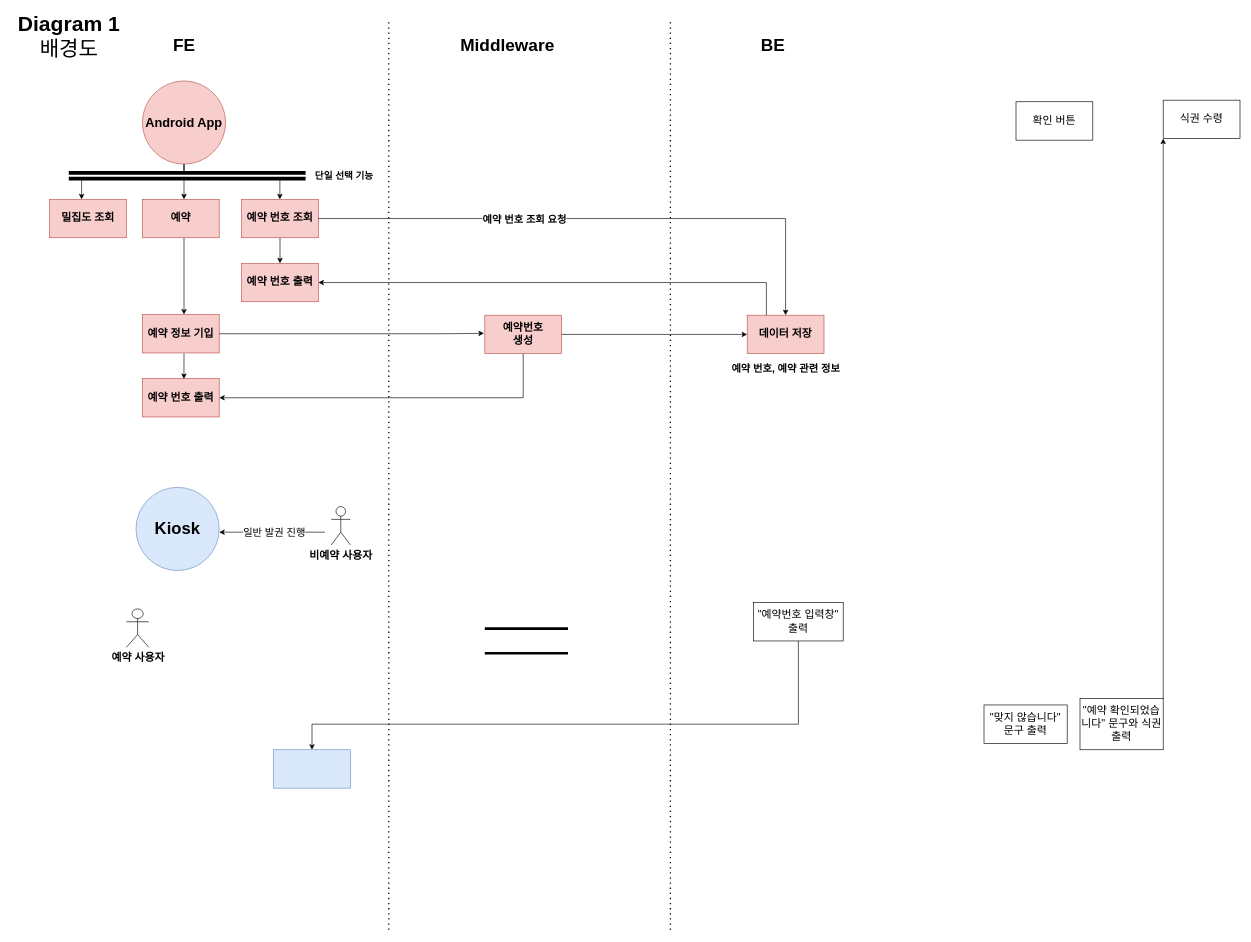
This is Background_Diagram_01_SWProject.drawio from StrongCatWill/SWProject, a draw.io file, before an edit. Source tidied: cells renumbered, new cells numbered last; positions are measured from the earlier drawing's top-left corner, leaving out a move shared by most shapes. Both pictures are drawn from the tidied source at 64%, with x=0, y=0 at pixel (11, 20).
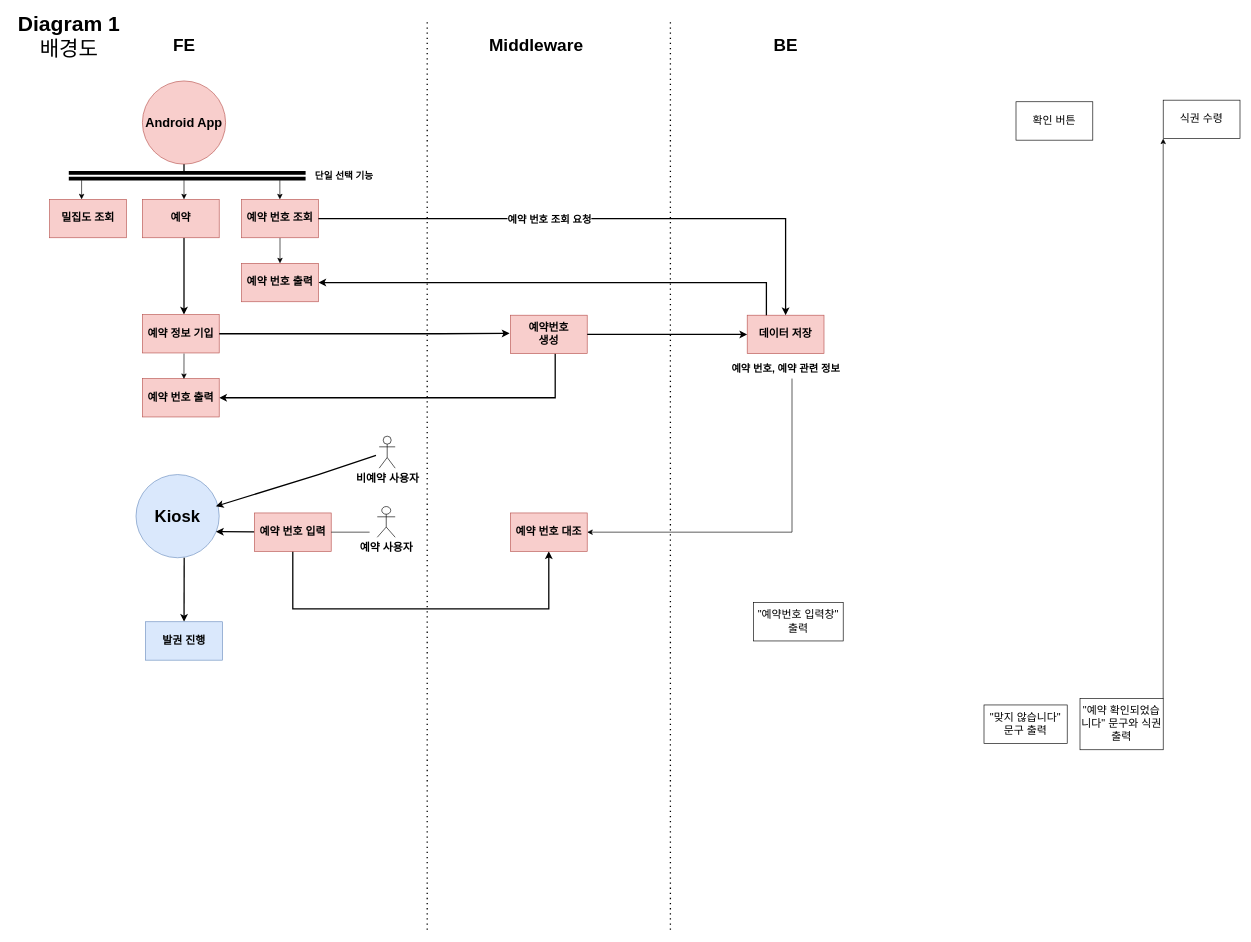
The same page after the edit.

The change refers to these unchanged cells:
```xml
<mxCell id="6" value="&lt;b&gt;예약&lt;/b&gt;" style="rounded=0;whiteSpace=wrap;html=1;fontSize=17;fillColor=#f8cecc;strokeColor=#b85450;" parent="1" vertex="1">
  <mxGeometry x="205" y="280" width="120" height="60" as="geometry" />
</mxCell>
<mxCell id="7" value="&lt;b&gt;데이터 저장&lt;/b&gt;" style="rounded=0;whiteSpace=wrap;html=1;fontSize=17;fillColor=#f8cecc;strokeColor=#b85450;" parent="1" vertex="1">
  <mxGeometry x="1150" y="461" width="120" height="60" as="geometry" />
</mxCell>
<mxCell id="11" value="&quot;예약번호 입력창&quot; 출력" style="rounded=0;whiteSpace=wrap;html=1;fontSize=17;" parent="1" vertex="1">
  <mxGeometry x="1160" y="910" width="140" height="60" as="geometry" />
</mxCell>
<mxCell id="24" value="&lt;b&gt;예약 정보 기입&lt;/b&gt;" style="rounded=0;whiteSpace=wrap;html=1;fontSize=17;fillColor=#f8cecc;strokeColor=#b85450;" parent="1" vertex="1">
  <mxGeometry x="205" y="460" width="120" height="60" as="geometry" />
</mxCell>
<mxCell id="39" value="&lt;b&gt;예약 번호 출력&lt;/b&gt;" style="whiteSpace=wrap;html=1;fontSize=17;fillColor=#f8cecc;strokeColor=#b85450;rounded=0;" parent="1" vertex="1">
  <mxGeometry x="205" y="560" width="120" height="60" as="geometry" />
</mxCell>
```

What changed in the source:
```diff
@@
     <mxCell id="3" value="&lt;b&gt;&lt;font style=&quot;font-size: 27px&quot;&gt;Middleware&lt;/font&gt;&lt;/b&gt;" style="text;html=1;align=center;verticalAlign=middle;strokeColor=none;fillColor=none;fontSize=13;" parent="1" vertex="1">
-      <mxGeometry x="695" y="25" width="160" height="30" as="geometry" />
+      <mxGeometry x="740" y="25" width="160" height="30" as="geometry" />
     </mxCell>
@@
-    <mxCell id="5" style="edgeStyle=orthogonalEdgeStyle;rounded=0;jettySize=auto;html=1;fontSize=18;strokeWidth=1;" parent="1" edge="1" source="6" target="24">
+    <mxCell id="5" style="edgeStyle=orthogonalEdgeStyle;rounded=0;jettySize=auto;html=1;fontSize=18;strokeWidth=2;" parent="1" edge="1" source="6" target="24">
       <mxGeometry relative="1" as="geometry">
         <Array as="points">
           <mxPoint x="270" y="370" />
           <mxPoint x="270" y="370" />
         </Array>
       </mxGeometry>
     </mxCell>
@@
-    <mxCell id="8" style="edgeStyle=orthogonalEdgeStyle;rounded=0;jettySize=auto;html=1;fontSize=16;strokeWidth=1;" parent="1" edge="1" source="9" target="39">
+    <mxCell id="8" style="edgeStyle=orthogonalEdgeStyle;rounded=0;jettySize=auto;html=1;fontSize=16;strokeWidth=2;" parent="1" edge="1" source="9" target="39">
       <mxGeometry relative="1" as="geometry">
         <Array as="points">
-          <mxPoint x="800" y="590" />
+          <mxPoint x="850" y="590" />
         </Array>
       </mxGeometry>
     </mxCell>
     <mxCell id="9" value="&lt;b&gt;예약번호&lt;br&gt;생성&lt;/b&gt;" style="rounded=0;whiteSpace=wrap;html=1;fontSize=17;fillColor=#f8cecc;strokeColor=#b85450;" parent="1" vertex="1">
-      <mxGeometry x="740" y="461" width="120" height="60" as="geometry" />
+      <mxGeometry x="780" y="461" width="120" height="60" as="geometry" />
     </mxCell>
     <mxCell id="10" value="&lt;b&gt;&lt;font style=&quot;font-size: 27px&quot;&gt;BE&lt;/font&gt;&lt;/b&gt;" style="text;html=1;align=center;verticalAlign=middle;strokeColor=none;fillColor=none;fontSize=13;" parent="1" vertex="1">
-      <mxGeometry x="1165" y="25" width="50" height="30" as="geometry" />
+      <mxGeometry x="1185" y="25" width="50" height="30" as="geometry" />
     </mxCell>
@@
-    <mxCell id="12" style="edgeStyle=orthogonalEdgeStyle;rounded=0;jettySize=auto;html=1;fontSize=20;strokeWidth=1;exitX=0.5;exitY=1;exitDx=0;exitDy=0;" parent="1" edge="1" source="11" target="43">
-      <mxGeometry relative="1" as="geometry">
-        <Array as="points">
-          <mxPoint x="1230" y="1100" />
-        </Array>
-      </mxGeometry>
-    </mxCell>
@@
-    <mxCell id="25" style="endArrow=classic;html=1;rounded=0;fontSize=18;strokeWidth=1;exitX=1;exitY=0.5;exitDx=0;exitDy=0;entryX=-0.011;entryY=0.473;entryDx=0;entryDy=0;entryPerimeter=0;" parent="1" edge="1" source="24" target="9">
+    <mxCell id="25" style="endArrow=classic;html=1;rounded=0;fontSize=18;strokeWidth=2;exitX=1;exitY=0.5;exitDx=0;exitDy=0;entryX=-0.011;entryY=0.473;entryDx=0;entryDy=0;entryPerimeter=0;" parent="1" edge="1" source="24" target="9">
       <mxGeometry relative="1" as="geometry">
         <Array as="points">
           <mxPoint x="670" y="490" />
         </Array>
       </mxGeometry>
     </mxCell>
-    <mxCell id="26" style="endArrow=classic;html=1;rounded=0;fontSize=18;strokeWidth=1;entryX=0;entryY=0.5;entryDx=0;entryDy=0;exitX=1;exitY=0.5;exitDx=0;exitDy=0;" parent="1" edge="1" source="9" target="7">
+    <mxCell id="26" style="endArrow=classic;html=1;rounded=0;fontSize=18;strokeWidth=2;entryX=0;entryY=0.5;entryDx=0;entryDy=0;exitX=1;exitY=0.5;exitDx=0;exitDy=0;" parent="1" edge="1" source="9" target="7">
       <mxGeometry relative="1" as="geometry" />
     </mxCell>
@@
-    <mxCell id="32" style="endArrow=classic;html=1;rounded=0;fontSize=13;strokeWidth=1;entryX=0.5;entryY=0;entryDx=0;entryDy=0;" parent="1" edge="1" target="7">
+    <mxCell id="32" style="endArrow=classic;html=1;rounded=0;fontSize=13;strokeWidth=2;entryX=0.5;entryY=0;entryDx=0;entryDy=0;" parent="1" edge="1" target="7">
       <mxGeometry relative="1" as="geometry">
         <mxPoint x="480" y="310" as="sourcePoint" />
         <Array as="points">
           <mxPoint x="1210" y="310" />
         </Array>
       </mxGeometry>
     </mxCell>
     <mxCell id="33" value="예약 번호 조회 요청" style="edgeLabel;html=1;align=center;verticalAlign=middle;fontSize=16;fontStyle=1;" parent="32" vertex="1">
       <mxGeometry x="-0.3" y="1" relative="1" as="geometry">
-        <mxPoint x="13" y="1" as="offset" />
+        <mxPoint x="52" y="1" as="offset" />
       </mxGeometry>
     </mxCell>
-    <mxCell id="34" style="endArrow=classic;html=1;rounded=0;fontSize=13;strokeWidth=1;exitX=0.25;exitY=0;exitDx=0;exitDy=0;" parent="1" edge="1" source="7">
+    <mxCell id="34" style="endArrow=classic;html=1;rounded=0;fontSize=13;strokeWidth=2;exitX=0.25;exitY=0;exitDx=0;exitDy=0;" parent="1" edge="1" source="7">
       <mxGeometry relative="1" as="geometry">
         <mxPoint x="480" y="410" as="targetPoint" />
         <Array as="points">
           <mxPoint x="1180" y="410" />
           <mxPoint x="1170" y="410" />
         </Array>
       </mxGeometry>
     </mxCell>
@@
     <mxCell id="36" value="&lt;font style=&quot;font-size: 17px&quot;&gt;&lt;b&gt;예약 사용자&lt;/b&gt;&lt;/font&gt;" style="shape=umlActor;verticalLabelPosition=bottom;verticalAlign=top;html=1;fontSize=13;" parent="1" vertex="1">
-      <mxGeometry x="180" y="920" width="35" height="60" as="geometry" />
+      <mxGeometry x="572" y="760" width="28" height="48" as="geometry" />
     </mxCell>
     <mxCell id="37" value="&lt;font style=&quot;font-size: 26px&quot;&gt;&lt;b&gt;Kiosk&lt;/b&gt;&lt;/font&gt;" style="ellipse;whiteSpace=wrap;html=1;fillColor=#dae8fc;strokeColor=#6c8ebf;" parent="1" vertex="1">
-      <mxGeometry x="195" y="730" width="130" height="130" as="geometry" />
+      <mxGeometry x="195" y="710" width="130" height="130" as="geometry" />
     </mxCell>
     <mxCell id="38" value="&lt;font style=&quot;font-size: 17px&quot;&gt;&lt;b&gt;비예약 사용자&lt;/b&gt;&lt;/font&gt;" style="shape=umlActor;verticalLabelPosition=bottom;verticalAlign=top;html=1;fontSize=13;" parent="1" vertex="1">
-      <mxGeometry x="500" y="760" width="30" height="60" as="geometry" />
+      <mxGeometry x="575" y="650" width="25" height="50" as="geometry" />
     </mxCell>
@@
     <mxCell id="41" style="endArrow=none;dashed=1;html=1;dashPattern=1 3;strokeWidth=2;rounded=0;fontSize=16;" parent="1" edge="1">
       <mxGeometry relative="1" as="geometry">
-        <mxPoint x="590" y="1421.4" as="sourcePoint" />
-        <mxPoint x="590" as="targetPoint" />
+        <mxPoint x="650" y="1421.4" as="sourcePoint" />
+        <mxPoint x="650" as="targetPoint" />
       </mxGeometry>
     </mxCell>
@@
-    <mxCell id="43" style="rounded=0;whiteSpace=wrap;html=1;fontSize=17;fillColor=#dae8fc;strokeColor=#6c8ebf;" parent="1" vertex="1">
-      <mxGeometry x="410" y="1140" width="120" height="60" as="geometry" />
-    </mxCell>
-    <mxCell id="44" style="shape=link;html=1;rounded=0;fontSize=18;strokeWidth=4;width=35.55555555555556;" parent="1" edge="1">
-      <mxGeometry relative="1" as="geometry">
-        <mxPoint x="740" y="970" as="sourcePoint" />
-        <mxPoint x="870" y="970" as="targetPoint" />
-      </mxGeometry>
-    </mxCell>
-    <mxCell id="45" style="endArrow=classic;html=1;rounded=0;fontSize=16;strokeWidth=1;" parent="1" edge="1">
+    <mxCell id="45" style="endArrow=classic;html=1;rounded=0;fontSize=16;strokeWidth=2;entryX=0.959;entryY=0.312;entryDx=0;entryDy=0;entryPerimeter=0;" parent="1" edge="1">
       <mxGeometry relative="1" as="geometry">
-        <mxPoint x="490" y="800" as="sourcePoint" />
-        <mxPoint x="325" y="800" as="targetPoint" />
+        <mxPoint x="570" y="680" as="sourcePoint" />
+        <mxPoint x="319.7" y="759.6" as="targetPoint" />
+        <Array as="points">
+          <mxPoint x="480" y="710" />
+        </Array>
       </mxGeometry>
     </mxCell>
-    <mxCell id="46" value="일반 발권 진행" style="edgeLabel;html=1;align=center;verticalAlign=middle;fontSize=16;" parent="45" vertex="1">
-      <mxGeometry x="0.22" y="1" relative="1" as="geometry">
-        <mxPoint x="21" y="-1" as="offset" />
-      </mxGeometry>
-    </mxCell>
+    <mxCell id="47" style="endArrow=classic;html=1;rounded=0;startArrow=none;strokeWidth=2;" parent="1" edge="1" source="49">
+      <mxGeometry relative="1" as="geometry">
+        <mxPoint x="320" y="799.2" as="targetPoint" />
+      </mxGeometry>
+    </mxCell>
+    <mxCell id="48" style="edgeStyle=orthogonalEdgeStyle;rounded=0;jettySize=auto;html=1;fontSize=17;strokeWidth=2;" parent="1" edge="1" source="49" target="51">
+      <mxGeometry relative="1" as="geometry">
+        <Array as="points">
+          <mxPoint x="440" y="920" />
+          <mxPoint x="840" y="920" />
+        </Array>
+      </mxGeometry>
+    </mxCell>
+    <mxCell id="49" value="&lt;b&gt;&lt;font style=&quot;font-size: 17px&quot;&gt;예약 번호 입력&lt;/font&gt;&lt;/b&gt;" style="rounded=0;whiteSpace=wrap;html=1;fontSize=16;fillColor=#f8cecc;strokeColor=#b85450;" parent="1" vertex="1">
+      <mxGeometry x="380" y="770" width="120" height="60" as="geometry" />
+    </mxCell>
+    <mxCell id="50" style="endArrow=none;html=1;rounded=0;" parent="1" edge="1" target="49">
+      <mxGeometry relative="1" as="geometry">
+        <mxPoint x="560" y="800" as="sourcePoint" />
+      </mxGeometry>
+    </mxCell>
+    <mxCell id="51" value="&lt;font style=&quot;font-size: 17px&quot;&gt;&lt;b&gt;예약 번호 대조&lt;/b&gt;&lt;/font&gt;" style="whiteSpace=wrap;html=1;fontSize=16;fillColor=#f8cecc;strokeColor=#b85450;rounded=0;" parent="1" vertex="1">
+      <mxGeometry x="780" y="770" width="120" height="60" as="geometry" />
+    </mxCell>
+    <mxCell id="52" style="endArrow=classic;html=1;rounded=0;fontSize=17;entryX=1;entryY=0.5;entryDx=0;entryDy=0;" parent="1" edge="1" target="51">
+      <mxGeometry relative="1" as="geometry">
+        <mxPoint x="1220" y="560" as="sourcePoint" />
+        <Array as="points">
+          <mxPoint x="1220" y="800" />
+        </Array>
+      </mxGeometry>
+    </mxCell>
+    <mxCell id="53" style="endArrow=classic;html=1;rounded=0;fontSize=16;strokeWidth=2;" parent="1" edge="1" target="54">
+      <mxGeometry relative="1" as="geometry">
+        <mxPoint x="270.3" y="840" as="sourcePoint" />
+      </mxGeometry>
+    </mxCell>
+    <mxCell id="54" value="&lt;font style=&quot;font-size: 17px&quot;&gt;&lt;b&gt;발권 진행&lt;/b&gt;&lt;/font&gt;" style="rounded=0;whiteSpace=wrap;html=1;fontSize=17;fillColor=#dae8fc;strokeColor=#6c8ebf;" parent="1" vertex="1">
+      <mxGeometry x="210" y="940" width="120" height="60" as="geometry" />
+    </mxCell>
```
